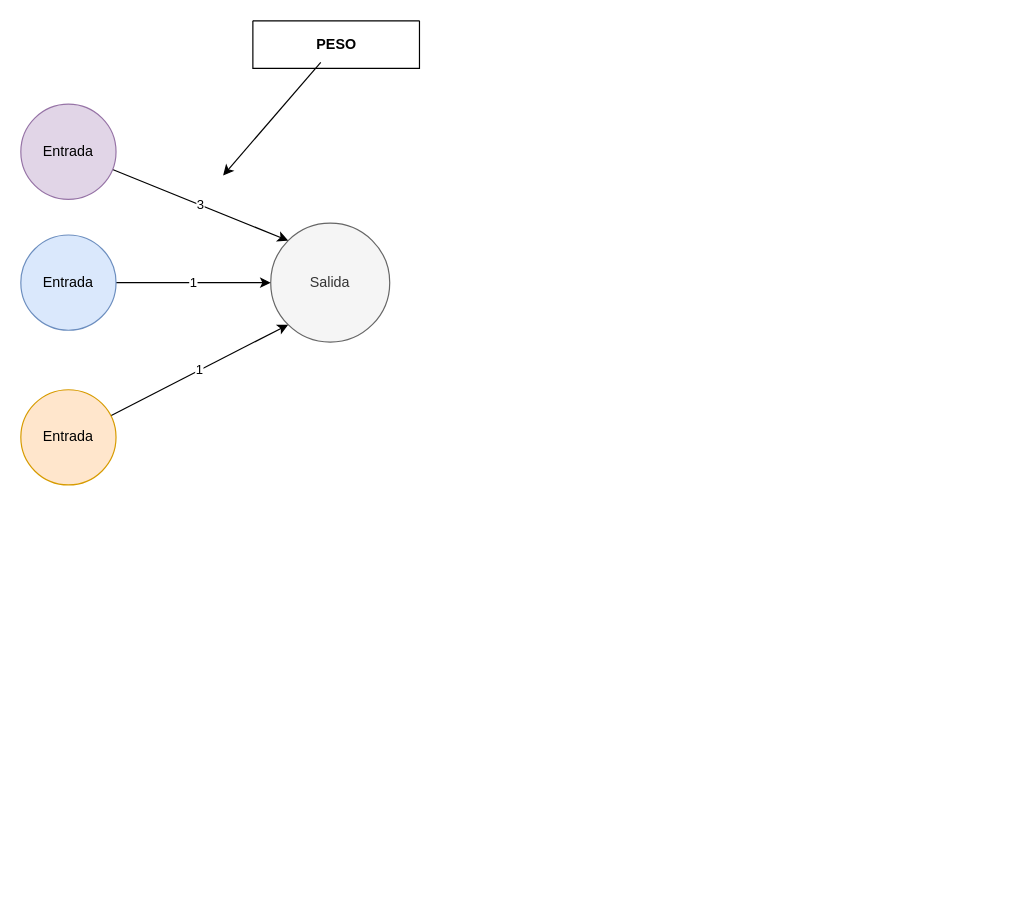
Above: IA/Estructuras de control/red-neuronal.drawio in Joan-1-0/IA (draw.io), before the change. Source tidied: cells renumbered, new cells numbered last; positions are measured from the earlier drawing's top-left corner, leaving out a move shared by most shapes. Both pictures are drawn from the tidied source at 119%, with x=0, y=0 at pixel (20, 20).
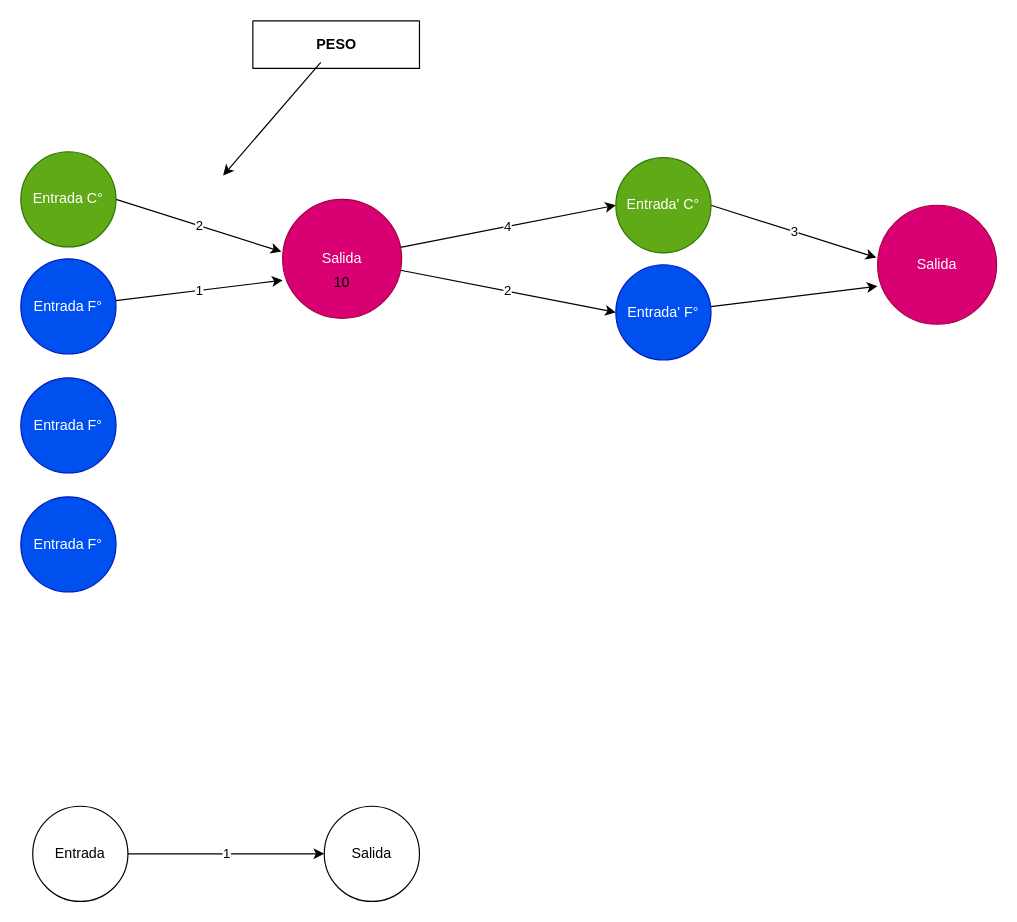
After the change.

Diff of the diagram source:
```diff
@@
+    <mxCell id="12" value="4" style="edgeStyle=none;html=1;entryX=0;entryY=0.5;entryDx=0;entryDy=0;" parent="1" edge="1" source="2" target="20">
+      <mxGeometry relative="1" as="geometry" />
+    </mxCell>
+    <mxCell id="13" value="2" style="edgeStyle=none;html=1;entryX=0;entryY=0.5;entryDx=0;entryDy=0;" parent="1" edge="1" source="2" target="19">
+      <mxGeometry relative="1" as="geometry" />
+    </mxCell>
-    <mxCell id="2" value="Salida" style="ellipse;whiteSpace=wrap;html=1;fillColor=#f5f5f5;fontColor=#333333;strokeColor=#666666;" parent="1" vertex="1">
-      <mxGeometry x="210" y="170" width="100" height="100" as="geometry" />
+    <mxCell id="2" value="Salida" style="ellipse;whiteSpace=wrap;html=1;fillColor=#d80073;fontColor=#ffffff;strokeColor=#A50040;" parent="1" vertex="1">
+      <mxGeometry x="220" y="150" width="100" height="100" as="geometry" />
     </mxCell>
-    <mxCell id="3" value="3" style="edgeStyle=none;html=1;entryX=0;entryY=0;entryDx=0;entryDy=0;" parent="1" edge="1" source="4" target="2">
+    <mxCell id="3" value="2" style="edgeStyle=none;html=1;entryX=-0.01;entryY=0.44;entryDx=0;entryDy=0;exitX=1;exitY=0.5;exitDx=0;exitDy=0;entryPerimeter=0;" parent="1" edge="1" source="14" target="2">
       <mxGeometry relative="1" as="geometry" />
     </mxCell>
-    <mxCell id="4" value="Entrada" style="ellipse;whiteSpace=wrap;html=1;fillColor=#e1d5e7;strokeColor=#9673a6;" parent="1" vertex="1">
-      <mxGeometry y="70" width="80" height="80" as="geometry" />
-    </mxCell>
-    <mxCell id="5" value="1" style="edgeStyle=none;html=1;entryX=0;entryY=0.5;entryDx=0;entryDy=0;" parent="1" edge="1" source="6" target="2">
-      <mxGeometry relative="1" as="geometry">
-        <Array as="points">
-          <mxPoint x="210" y="220" />
-        </Array>
-      </mxGeometry>
+    <mxCell id="5" value="1" style="edgeStyle=none;html=1;entryX=0;entryY=0.68;entryDx=0;entryDy=0;entryPerimeter=0;" parent="1" edge="1" source="6" target="2">
+      <mxGeometry relative="1" as="geometry" />
     </mxCell>
-    <mxCell id="6" value="Entrada" style="ellipse;whiteSpace=wrap;html=1;fillColor=#dae8fc;strokeColor=#6c8ebf;" parent="1" vertex="1">
-      <mxGeometry y="180" width="80" height="80" as="geometry" />
+    <mxCell id="6" value="Entrada F°" style="ellipse;whiteSpace=wrap;html=1;fillColor=#0050ef;strokeColor=#001DBC;fontColor=#ffffff;" parent="1" vertex="1">
+      <mxGeometry y="200" width="80" height="80" as="geometry" />
     </mxCell>
-    <mxCell id="7" value="1" style="edgeStyle=none;html=1;entryX=0;entryY=1;entryDx=0;entryDy=0;" parent="1" edge="1" source="8" target="2">
+    <mxCell id="7" value="1" style="edgeStyle=none;html=1;entryX=0;entryY=0.5;entryDx=0;entryDy=0;" parent="1" edge="1" source="8" target="15">
       <mxGeometry relative="1" as="geometry" />
     </mxCell>
-    <mxCell id="8" value="Entrada" style="ellipse;whiteSpace=wrap;html=1;fillColor=#ffe6cc;strokeColor=#d79b00;" parent="1" vertex="1">
-      <mxGeometry y="310" width="80" height="80" as="geometry" />
+    <mxCell id="8" value="Entrada" style="ellipse;whiteSpace=wrap;html=1;" parent="1" vertex="1">
+      <mxGeometry x="10" y="660" width="80" height="80" as="geometry" />
     </mxCell>
@@
+    <mxCell id="14" value="Entrada C°" style="ellipse;whiteSpace=wrap;html=1;fillColor=#60a917;fontColor=#ffffff;strokeColor=#2D7600;" parent="1" vertex="1">
+      <mxGeometry y="110" width="80" height="80" as="geometry" />
+    </mxCell>
+    <mxCell id="15" value="Salida" style="ellipse;whiteSpace=wrap;html=1;" parent="1" vertex="1">
+      <mxGeometry x="255" y="660" width="80" height="80" as="geometry" />
+    </mxCell>
+    <mxCell id="16" value="Salida" style="ellipse;whiteSpace=wrap;html=1;fillColor=#d80073;fontColor=#ffffff;strokeColor=#A50040;" parent="1" vertex="1">
+      <mxGeometry x="720" y="155" width="100" height="100" as="geometry" />
+    </mxCell>
+    <mxCell id="17" value="3" style="edgeStyle=none;html=1;entryX=-0.01;entryY=0.44;entryDx=0;entryDy=0;exitX=1;exitY=0.5;exitDx=0;exitDy=0;entryPerimeter=0;" parent="1" edge="1" source="20" target="16">
+      <mxGeometry relative="1" as="geometry" />
+    </mxCell>
+    <mxCell id="18" style="edgeStyle=none;html=1;entryX=0;entryY=0.68;entryDx=0;entryDy=0;entryPerimeter=0;" parent="1" edge="1" source="19" target="16">
+      <mxGeometry relative="1" as="geometry" />
+    </mxCell>
+    <mxCell id="19" value="Entrada' F°" style="ellipse;whiteSpace=wrap;html=1;fillColor=#0050ef;strokeColor=#001DBC;fontColor=#ffffff;" parent="1" vertex="1">
+      <mxGeometry x="500" y="205" width="80" height="80" as="geometry" />
+    </mxCell>
+    <mxCell id="20" value="Entrada' C°" style="ellipse;whiteSpace=wrap;html=1;fillColor=#60a917;fontColor=#ffffff;strokeColor=#2D7600;" parent="1" vertex="1">
+      <mxGeometry x="500" y="115" width="80" height="80" as="geometry" />
+    </mxCell>
+    <mxCell id="21" value="10" style="text;html=1;strokeColor=none;fillColor=none;align=center;verticalAlign=middle;whiteSpace=wrap;rounded=0;" parent="1" vertex="1">
+      <mxGeometry x="240" y="205" width="60" height="30" as="geometry" />
+    </mxCell>
+    <mxCell id="22" value="Entrada F°" style="ellipse;whiteSpace=wrap;html=1;fillColor=#0050ef;strokeColor=#001DBC;fontColor=#ffffff;" parent="1" vertex="1">
+      <mxGeometry y="300" width="80" height="80" as="geometry" />
+    </mxCell>
+    <mxCell id="23" value="Entrada F°" style="ellipse;whiteSpace=wrap;html=1;fillColor=#0050ef;strokeColor=#001DBC;fontColor=#ffffff;" parent="1" vertex="1">
+      <mxGeometry y="400" width="80" height="80" as="geometry" />
+    </mxCell>
```
